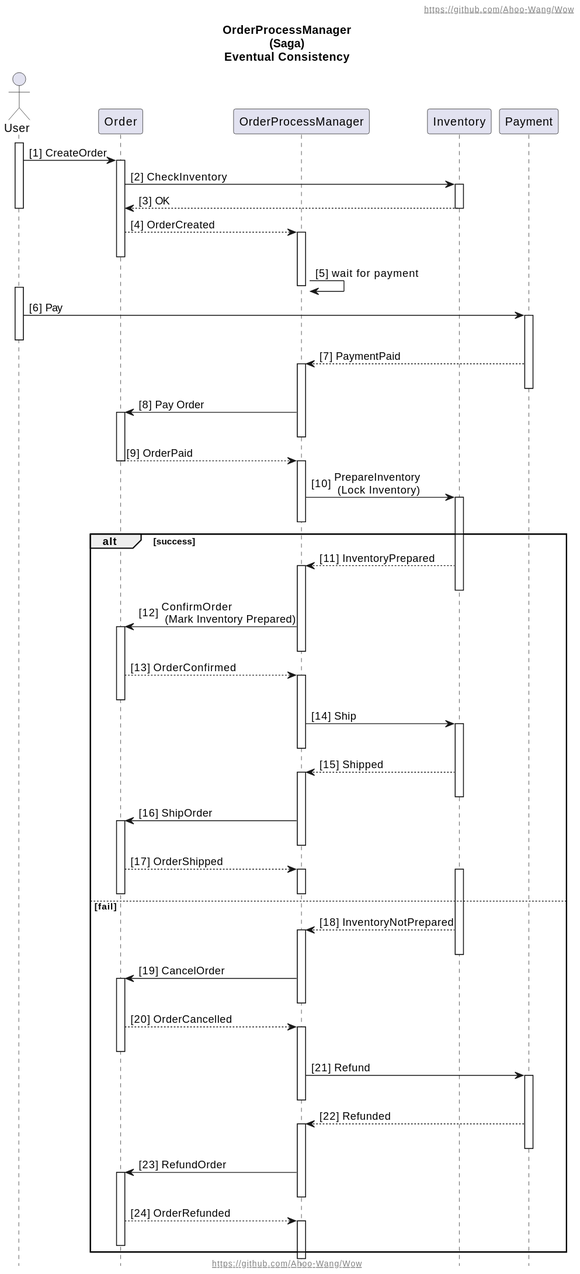
Before: document/design/assets/Saga-Order.svg, a diagram exported from PlantUML (Ahoo-Wang/Wow).
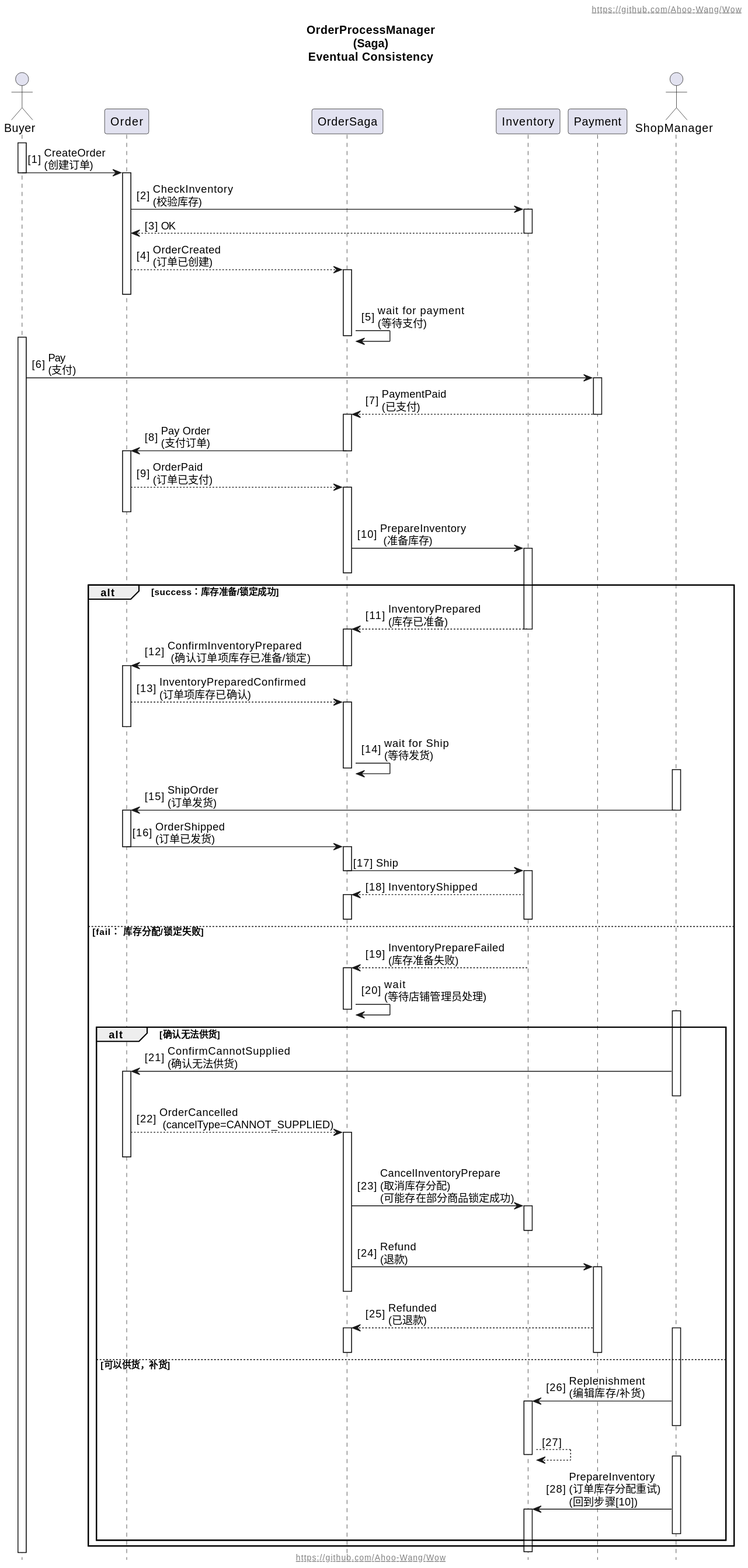
After the change.

Diff of the diagram source:
```diff
@@ -1,6 +1,5 @@
 @startuml
 !include layout.puml
-
 title
 OrderProcessManager
 (Saga)
@@ -8,49 +7,67 @@
 end title
 hide footbox
 
-actor User
-participant Order
-participant "OrderProcessManager" as OPM
+actor Buyer
+participant  Order
+participant OrderSaga
 participant Inventory
 participant Payment
+actor ShopManager
 autonumber "[0]"
 
-User ++
+Buyer++
 
-User -> Order ++  : CreateOrder
-Order -> Inventory ++: CheckInventory
+Buyer -> Order --++ : CreateOrder \n(创建订单)
+Order -> Inventory ++: CheckInventory \n(校验库存)
 Order <-- Inventory -- : OK
-User --
-Order --> OPM ++-- : OrderCreated
+Order --> OrderSaga ++-- : OrderCreated \n(订单已创建)
 
-OPM->OPM --: wait for payment
+OrderSaga->OrderSaga-- : wait for payment \n(等待支付)
+Buyer++
+Buyer -> Payment ++ :Pay \n(支付)
+OrderSaga <-- Payment --++: PaymentPaid \n(已支付)
+Order <- OrderSaga--++: Pay Order \n(支付订单)
+Order --> OrderSaga++--: OrderPaid \n(订单已支付)
 
-User ++
-User -> Payment ++-- :Pay
-OPM <-- Payment ++--: PaymentPaid
+OrderSaga -> Inventory ++-- : PrepareInventory \n (准备库存)
+alt success：库存准备/锁定成功
+    OrderSaga <-- Inventory--++: InventoryPrepared \n(库存已准备)
+    Order <- OrderSaga--++: ConfirmInventoryPrepared \n (确认订单项库存已准备/锁定)
+    Order --> OrderSaga++--: InventoryPreparedConfirmed \n(订单项库存已确认)
+    OrderSaga->OrderSaga-- : wait for Ship \n(等待发货)
 
-Order <- OPM++--: Pay Order
+    ShopManager++
 
-Order --> OPM--++: OrderPaid
+    Order <- ShopManager--++: ShipOrder \n(订单发货)
+    Order -> OrderSaga--++: OrderShipped \n(订单已发货)
+    ShopManager--
 
-OPM -> Inventory ++-- : PrepareInventory \n (Lock Inventory)
-alt success
-    OPM <-- Inventory++--: InventoryPrepared
-    Order <- OPM++--: ConfirmOrder \n (Mark Inventory Prepared)
-    Order --> OPM++--: OrderConfirmed
-    OPM -> Inventory++--: Ship
-    OPM <-- Inventory++--: Shipped
-    Order <- OPM++--: ShipOrder
-    Order --> OPM++--: OrderShipped
-    OPM--
-else fail
-    Inventory++
-    OPM <-- Inventory++-- : InventoryNotPrepared
-    Order <- OPM++--: CancelOrder
-    Order --> OPM++--: OrderCancelled
-    OPM -> Payment++--: Refund
-    OPM <-- Payment++--: Refunded
-    Order <- OPM++--: RefundOrder
-    OPM <-- Order++--: OrderRefunded
+    OrderSaga -> Inventory--++: Ship
+    OrderSaga <-- Inventory++: InventoryShipped
+    Inventory--
+    OrderSaga--
+else fail： 库存分配/锁定失败
+
+    OrderSaga <-- Inventory++ : InventoryPrepareFailed \n(库存准备失败)
+    OrderSaga->OrderSaga-- : wait \n(等待店铺管理员处理)
+    alt 确认无法供货
+        ShopManager++
+        Order <- ShopManager++--: ConfirmCannotSupplied \n(确认无法供货)
+        Order --> OrderSaga++--: OrderCancelled \n (cancelType=CANNOT_SUPPLIED)
+        OrderSaga -> Inventory++: CancelInventoryPrepare \n(取消库存分配)\n(可能存在部分商品锁定成功)
+        Inventory--
+        OrderSaga -> Payment++--: Refund \n(退款)
+        OrderSaga <-- Payment++--: Refunded \n(已退款)
+        OrderSaga--
+    else 可以供货，补货
+        ShopManager++
+        Inventory <- ShopManager++--: Replenishment \n(编辑库存/补货)
+        Inventory --> Inventory--:
+        ShopManager++
+        Inventory <- ShopManager++--: PrepareInventory \n(订单库存分配重试)\n(回到步骤[10])
+    end
 end
+Order--
+Inventory--
+Payment--
 @enduml
```
